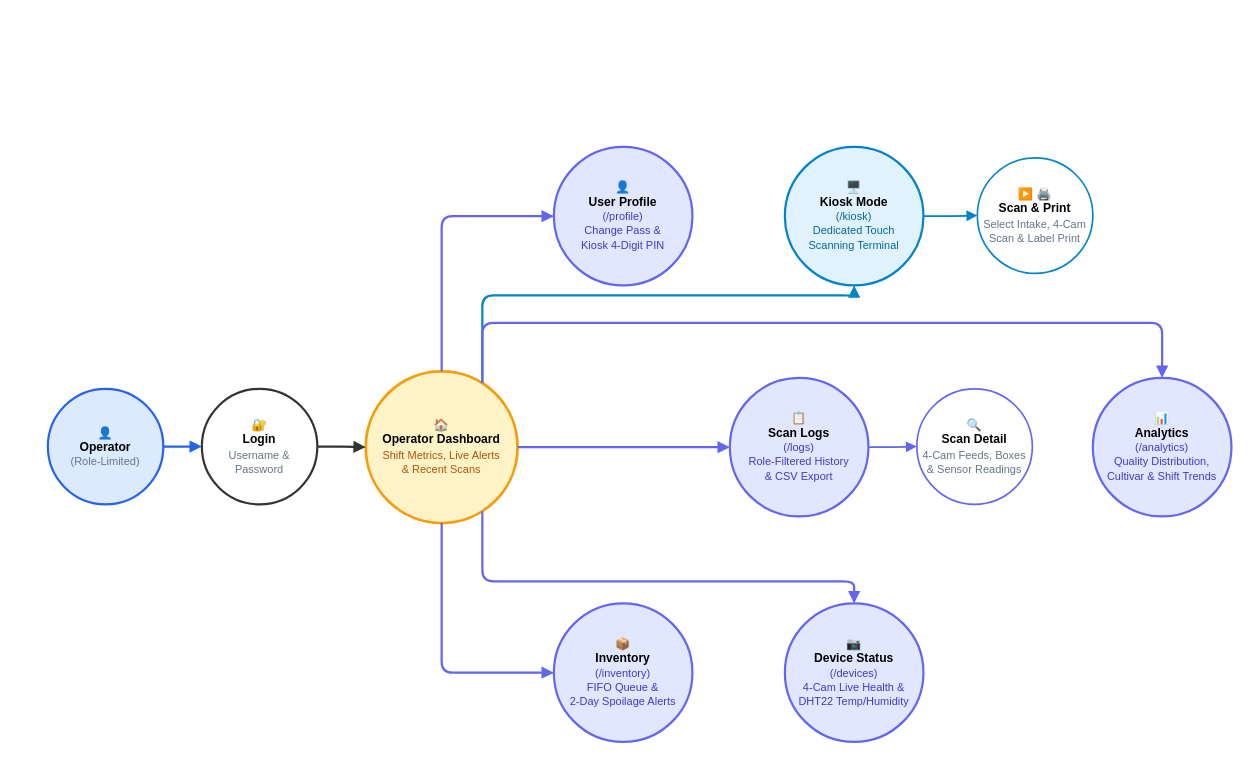
Earlier version of the draw.io diagram docs/bananavision-docs/docs/workflows/workflow_operator.drawio (BlackShark404/BananaVision). Source tidied: cells renumbered, new cells numbered last; positions are measured from the earlier drawing's top-left corner, leaving out a move shared by most shapes. Both pictures are drawn from the tidied source at 110%, with x=0, y=0 at pixel (47, 146).
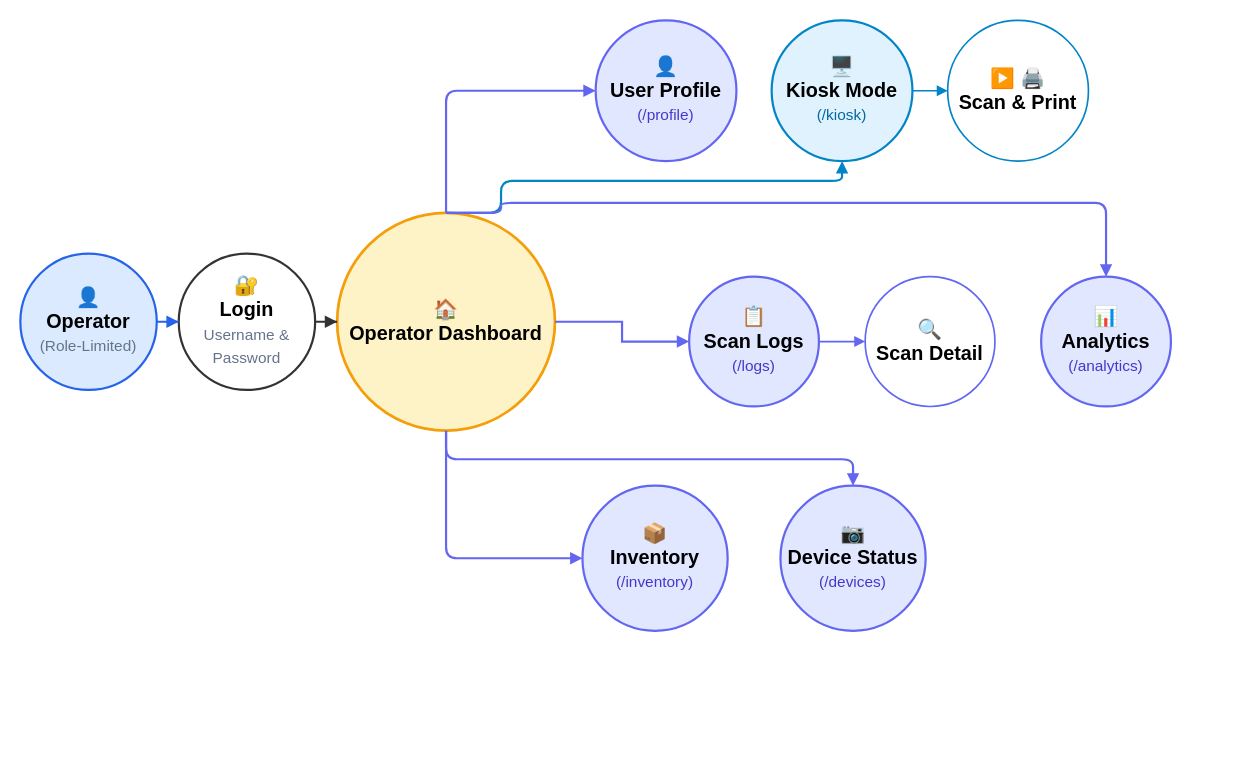
The same diagram, later.

Commit message (it also covers changes not shown here):
refactor: update workflow diagram layouts and font sizes

What changed in the source:
```diff
@@
-    <mxCell id="2" value="👤&lt;br&gt;&lt;b&gt;Operator&lt;/b&gt;&lt;br&gt;&lt;font color=&quot;#64748b&quot; style=&quot;font-size: 10px;&quot;&gt;(Role-Limited)&lt;/font&gt;" style="ellipse;whiteSpace=wrap;html=1;fillColor=#dbeafe;strokeColor=#2563eb;strokeWidth=2;fontSize=11;spacing=2;" parent="1" vertex="1">
-      <mxGeometry y="220" width="105" height="105" as="geometry" />
+    <mxCell id="2" value="👤&lt;br&gt;&lt;b&gt;Operator&lt;/b&gt;&lt;br&gt;&lt;font color=&quot;#64748b&quot; style=&quot;font-size: 14px;&quot;&gt;(Role-Limited)&lt;/font&gt;" style="ellipse;whiteSpace=wrap;html=1;fillColor=#dbeafe;strokeColor=#2563eb;strokeWidth=2;fontSize=18;spacing=2;" parent="1" vertex="1">
+      <mxGeometry x="-25" y="97" width="124" height="124" as="geometry" />
     </mxCell>
-    <mxCell id="3" value="🔐&lt;br&gt;&lt;b&gt;Login&lt;/b&gt;&lt;br&gt;&lt;font color=&quot;#64748b&quot; style=&quot;font-size: 10px;&quot;&gt;Username &amp;amp;&lt;br&gt;Password&lt;/font&gt;" style="ellipse;whiteSpace=wrap;html=1;fillColor=#ffffff;strokeColor=#333333;strokeWidth=2;fontSize=11;spacing=2;" parent="1" vertex="1">
-      <mxGeometry x="140" y="220" width="105" height="105" as="geometry" />
+    <mxCell id="3" value="🔐&lt;br&gt;&lt;b&gt;Login&lt;/b&gt;&lt;br&gt;&lt;font color=&quot;#64748b&quot; style=&quot;font-size: 14px;&quot;&gt;Username &amp;amp;&lt;br&gt;Password&lt;/font&gt;" style="ellipse;whiteSpace=wrap;html=1;fillColor=#ffffff;strokeColor=#333333;strokeWidth=2;fontSize=18;spacing=2;" parent="1" vertex="1">
+      <mxGeometry x="119" y="97" width="124" height="124" as="geometry" />
     </mxCell>
-    <mxCell id="4" value="🏠&lt;br&gt;&lt;b&gt;Operator Dashboard&lt;/b&gt;&lt;br&gt;&lt;font color=&quot;#b45309&quot; style=&quot;font-size: 10px;&quot;&gt;Shift Metrics, Live Alerts&lt;br&gt;&amp;amp; Recent Scans&lt;/font&gt;" style="ellipse;whiteSpace=wrap;html=1;fillColor=#fef3c7;strokeColor=#f59e0b;strokeWidth=2.5;fontSize=11;spacing=3;" parent="1" vertex="1">
-      <mxGeometry x="289" y="204" width="138" height="138" as="geometry" />
+    <mxCell id="4" value="🏠&lt;br&gt;&lt;b&gt;Operator Dashboard&lt;/b&gt;" style="ellipse;whiteSpace=wrap;html=1;fillColor=#fef3c7;strokeColor=#f59e0b;strokeWidth=2.5;fontSize=18;spacing=3;" parent="1" vertex="1">
+      <mxGeometry x="263" y="60" width="198" height="198" as="geometry" />
     </mxCell>
-    <mxCell id="5" value="👤&lt;br&gt;&lt;b&gt;User Profile&lt;/b&gt;&lt;br&gt;&lt;font color=&quot;#4338ca&quot; style=&quot;font-size: 10px;&quot;&gt;(/profile)&lt;br&gt;Change Pass &amp;amp;&lt;br&gt;Kiosk 4-Digit PIN&lt;/font&gt;" style="ellipse;whiteSpace=wrap;html=1;fillColor=#e0e7ff;strokeColor=#6366f1;strokeWidth=2;fontSize=11;spacing=3;" parent="1" vertex="1">
-      <mxGeometry x="460" width="126" height="126" as="geometry" />
+    <mxCell id="5" value="👤&lt;br&gt;&lt;b&gt;User Profile&lt;/b&gt;&lt;br&gt;&lt;font color=&quot;#4338ca&quot; style=&quot;font-size: 14px;&quot;&gt;(/profile)&lt;/font&gt;" style="ellipse;whiteSpace=wrap;html=1;fillColor=#e0e7ff;strokeColor=#6366f1;strokeWidth=2;fontSize=18;spacing=3;" parent="1" vertex="1">
+      <mxGeometry x="498" y="-115" width="128" height="128" as="geometry" />
     </mxCell>
-    <mxCell id="6" value="🖥️&lt;br&gt;&lt;b&gt;Kiosk Mode&lt;/b&gt;&lt;br&gt;&lt;font color=&quot;#0369a1&quot; style=&quot;font-size: 10px;&quot;&gt;(/kiosk)&lt;br&gt;Dedicated Touch&lt;br&gt;Scanning Terminal&lt;/font&gt;" style="ellipse;whiteSpace=wrap;html=1;fillColor=#e0f2fe;strokeColor=#0284c7;strokeWidth=2;fontSize=11;spacing=3;" parent="1" vertex="1">
-      <mxGeometry x="670" width="126" height="126" as="geometry" />
+    <mxCell id="6" value="🖥️&lt;br&gt;&lt;b&gt;Kiosk Mode&lt;/b&gt;&lt;br&gt;&lt;font color=&quot;#0369a1&quot; style=&quot;font-size: 14px;&quot;&gt;(/kiosk)&lt;/font&gt;" style="ellipse;whiteSpace=wrap;html=1;fillColor=#e0f2fe;strokeColor=#0284c7;strokeWidth=2;fontSize=18;spacing=3;" parent="1" vertex="1">
+      <mxGeometry x="658" y="-115" width="128" height="128" as="geometry" />
     </mxCell>
-    <mxCell id="7" value="▶️ 🖨️&lt;br&gt;&lt;b&gt;Scan &amp;amp; Print&lt;/b&gt;&lt;br&gt;&lt;font color=&quot;#64748b&quot; style=&quot;font-size: 10px;&quot;&gt;Select Intake, 4-Cam&lt;br&gt;Scan &amp;amp; Label Print&lt;/font&gt;" style="ellipse;whiteSpace=wrap;html=1;fillColor=#ffffff;strokeColor=#0284c7;strokeWidth=1.5;fontSize=11;spacing=2;" parent="1" vertex="1">
-      <mxGeometry x="845" y="10" width="105" height="105" as="geometry" />
+    <mxCell id="7" value="▶️ 🖨️&lt;br&gt;&lt;b&gt;Scan &amp;amp; Print&lt;/b&gt;" style="ellipse;whiteSpace=wrap;html=1;fillColor=#ffffff;strokeColor=#0284c7;strokeWidth=1.5;fontSize=18;spacing=2;" parent="1" vertex="1">
+      <mxGeometry x="818" y="-115" width="128" height="128" as="geometry" />
     </mxCell>
-    <mxCell id="8" value="📋&lt;br&gt;&lt;b&gt;Scan Logs&lt;/b&gt;&lt;br&gt;&lt;font color=&quot;#4338ca&quot; style=&quot;font-size: 10px;&quot;&gt;(/logs)&lt;br&gt;Role-Filtered History&lt;br&gt;&amp;amp; CSV Export&lt;/font&gt;" style="ellipse;whiteSpace=wrap;html=1;fillColor=#e0e7ff;strokeColor=#6366f1;strokeWidth=2;fontSize=11;spacing=3;" parent="1" vertex="1">
-      <mxGeometry x="620" y="210" width="126" height="126" as="geometry" />
+    <mxCell id="8" value="📋&lt;br&gt;&lt;b&gt;Scan Logs&lt;/b&gt;&lt;br&gt;&lt;font color=&quot;#4338ca&quot; style=&quot;font-size: 14px;&quot;&gt;(/logs)&lt;/font&gt;" style="ellipse;whiteSpace=wrap;html=1;fillColor=#e0e7ff;strokeColor=#6366f1;strokeWidth=2;fontSize=18;spacing=3;" parent="1" vertex="1">
+      <mxGeometry x="583" y="118" width="118" height="118" as="geometry" />
     </mxCell>
-    <mxCell id="9" value="🔍&lt;br&gt;&lt;b&gt;Scan Detail&lt;/b&gt;&lt;br&gt;&lt;font color=&quot;#64748b&quot; style=&quot;font-size: 10px;&quot;&gt;4-Cam Feeds, Boxes&lt;br&gt;&amp;amp; Sensor Readings&lt;/font&gt;" style="ellipse;whiteSpace=wrap;html=1;fillColor=#ffffff;strokeColor=#6366f1;strokeWidth=1.5;fontSize=11;spacing=2;" parent="1" vertex="1">
-      <mxGeometry x="790" y="220" width="105" height="105" as="geometry" />
+    <mxCell id="9" value="🔍&lt;br&gt;&lt;b&gt;Scan Detail&lt;/b&gt;" style="ellipse;whiteSpace=wrap;html=1;fillColor=#ffffff;strokeColor=#6366f1;strokeWidth=1.5;fontSize=18;spacing=2;" parent="1" vertex="1">
+      <mxGeometry x="743" y="118" width="118" height="118" as="geometry" />
     </mxCell>
-    <mxCell id="10" value="📊&lt;br&gt;&lt;b&gt;Analytics&lt;/b&gt;&lt;br&gt;&lt;font color=&quot;#4338ca&quot; style=&quot;font-size: 10px;&quot;&gt;(/analytics)&lt;br&gt;Quality Distribution,&lt;br&gt;Cultivar &amp;amp; Shift Trends&lt;/font&gt;" style="ellipse;whiteSpace=wrap;html=1;fillColor=#e0e7ff;strokeColor=#6366f1;strokeWidth=2;fontSize=11;spacing=3;" parent="1" vertex="1">
-      <mxGeometry x="950" y="210" width="126" height="126" as="geometry" />
+    <mxCell id="10" value="📊&lt;br&gt;&lt;b&gt;Analytics&lt;/b&gt;&lt;br&gt;&lt;font color=&quot;#4338ca&quot; style=&quot;font-size: 14px;&quot;&gt;(/analytics)&lt;/font&gt;" style="ellipse;whiteSpace=wrap;html=1;fillColor=#e0e7ff;strokeColor=#6366f1;strokeWidth=2;fontSize=18;spacing=3;" parent="1" vertex="1">
+      <mxGeometry x="903" y="118" width="118" height="118" as="geometry" />
     </mxCell>
-    <mxCell id="11" value="📦&lt;br&gt;&lt;b&gt;Inventory&lt;/b&gt;&lt;br&gt;&lt;font color=&quot;#4338ca&quot; style=&quot;font-size: 10px;&quot;&gt;(/inventory)&lt;br&gt;FIFO Queue &amp;amp;&lt;br&gt;2-Day Spoilage Alerts&lt;/font&gt;" style="ellipse;whiteSpace=wrap;html=1;fillColor=#e0e7ff;strokeColor=#6366f1;strokeWidth=2;fontSize=11;spacing=3;" parent="1" vertex="1">
-      <mxGeometry x="460" y="415" width="126" height="126" as="geometry" />
+    <mxCell id="11" value="📦&lt;br&gt;&lt;b&gt;Inventory&lt;/b&gt;&lt;br&gt;&lt;font color=&quot;#4338ca&quot; style=&quot;font-size: 14px;&quot;&gt;(/inventory)&lt;/font&gt;" style="ellipse;whiteSpace=wrap;html=1;fillColor=#e0e7ff;strokeColor=#6366f1;strokeWidth=2;fontSize=18;spacing=3;" parent="1" vertex="1">
+      <mxGeometry x="486" y="308" width="132" height="132" as="geometry" />
     </mxCell>
-    <mxCell id="12" value="📷&lt;br&gt;&lt;b&gt;Device Status&lt;/b&gt;&lt;br&gt;&lt;font color=&quot;#4338ca&quot; style=&quot;font-size: 10px;&quot;&gt;(/devices)&lt;br&gt;4-Cam Live Health &amp;amp;&lt;br&gt;DHT22 Temp/Humidity&lt;/font&gt;" style="ellipse;whiteSpace=wrap;html=1;fillColor=#e0e7ff;strokeColor=#6366f1;strokeWidth=2;fontSize=11;spacing=3;" parent="1" vertex="1">
-      <mxGeometry x="670" y="415" width="126" height="126" as="geometry" />
+    <mxCell id="12" value="📷&lt;br&gt;&lt;b&gt;Device Status&lt;/b&gt;&lt;br&gt;&lt;font color=&quot;#4338ca&quot; style=&quot;font-size: 14px;&quot;&gt;(/devices)&lt;/font&gt;" style="ellipse;whiteSpace=wrap;html=1;fillColor=#e0e7ff;strokeColor=#6366f1;strokeWidth=2;fontSize=18;spacing=3;" parent="1" vertex="1">
+      <mxGeometry x="666" y="308" width="132" height="132" as="geometry" />
     </mxCell>
@@
-    <mxCell id="15" style="edgeStyle=orthogonalEdgeStyle;rounded=1;jettySize=auto;html=1;strokeWidth=2;strokeColor=#6366f1;endArrow=block;endFill=1;" parent="1" edge="1" source="4" target="5">
+    <mxCell id="15" style="edgeStyle=orthogonalEdgeStyle;rounded=1;jettySize=auto;html=1;strokeWidth=2;strokeColor=#6366f1;endArrow=block;endFill=1;exitX=0.5;exitY=0;entryX=0;entryY=0.5;" parent="1" edge="1" source="4" target="5">
       <mxGeometry relative="1" as="geometry">
         <Array as="points">
-          <mxPoint x="358" y="63" />
+          <mxPoint x="362" y="-51" />
         </Array>
       </mxGeometry>
     </mxCell>
-    <mxCell id="16" style="edgeStyle=orthogonalEdgeStyle;rounded=1;jettySize=auto;html=1;strokeWidth=2;strokeColor=#0284c7;endArrow=block;endFill=1;" parent="1" edge="1" source="4" target="6">
+    <mxCell id="16" style="edgeStyle=orthogonalEdgeStyle;rounded=1;jettySize=auto;html=1;strokeWidth=2;strokeColor=#0284c7;endArrow=block;endFill=1;exitX=0.5;exitY=0;entryX=0.5;entryY=1;" parent="1" edge="1" source="4" target="6">
       <mxGeometry relative="1" as="geometry">
         <Array as="points">
-          <mxPoint x="395" y="135" />
-          <mxPoint x="733" y="135" />
+          <mxPoint x="412" y="31" />
+          <mxPoint x="722" y="31" />
         </Array>
       </mxGeometry>
     </mxCell>
@@
-    <mxCell id="20" style="edgeStyle=orthogonalEdgeStyle;rounded=1;jettySize=auto;html=1;strokeWidth=2;strokeColor=#6366f1;endArrow=block;endFill=1;entryX=0.5;entryY=0;entryDx=0;entryDy=0;" parent="1" edge="1" source="4" target="10">
+    <mxCell id="20" style="edgeStyle=orthogonalEdgeStyle;rounded=1;jettySize=auto;html=1;strokeWidth=2;strokeColor=#6366f1;endArrow=block;endFill=1;entryX=0.5;entryY=0;entryDx=0;entryDy=0;exitX=0.5;exitY=0;" parent="1" edge="1" source="4" target="10">
       <mxGeometry relative="1" as="geometry">
         <Array as="points">
-          <mxPoint x="395" y="160" />
-          <mxPoint x="1013" y="160" />
+          <mxPoint x="412" y="51" />
+          <mxPoint x="962" y="51" />
         </Array>
       </mxGeometry>
     </mxCell>
-    <mxCell id="21" style="edgeStyle=orthogonalEdgeStyle;rounded=1;jettySize=auto;html=1;strokeWidth=2;strokeColor=#6366f1;endArrow=block;endFill=1;" parent="1" edge="1" source="4" target="11">
+    <mxCell id="21" style="edgeStyle=orthogonalEdgeStyle;rounded=1;jettySize=auto;html=1;strokeWidth=2;strokeColor=#6366f1;endArrow=block;endFill=1;exitX=0.5;exitY=1;entryX=0;entryY=0.5;" parent="1" edge="1" source="4" target="11">
       <mxGeometry relative="1" as="geometry">
         <Array as="points">
-          <mxPoint x="358" y="478" />
+          <mxPoint x="362" y="374" />
         </Array>
       </mxGeometry>
     </mxCell>
-    <mxCell id="22" style="edgeStyle=orthogonalEdgeStyle;rounded=1;jettySize=auto;html=1;strokeWidth=2;strokeColor=#6366f1;endArrow=block;endFill=1;" parent="1" edge="1" source="4" target="12">
+    <mxCell id="22" style="edgeStyle=orthogonalEdgeStyle;rounded=1;jettySize=auto;html=1;strokeWidth=2;strokeColor=#6366f1;endArrow=block;endFill=1;exitX=0.5;exitY=1;entryX=0.5;entryY=0;" parent="1" edge="1" source="4" target="12">
       <mxGeometry relative="1" as="geometry">
         <Array as="points">
-          <mxPoint x="395" y="395" />
-          <mxPoint x="733" y="395" />
+          <mxPoint x="362" y="284" />
+          <mxPoint x="732" y="284" />
         </Array>
       </mxGeometry>
     </mxCell>
```
